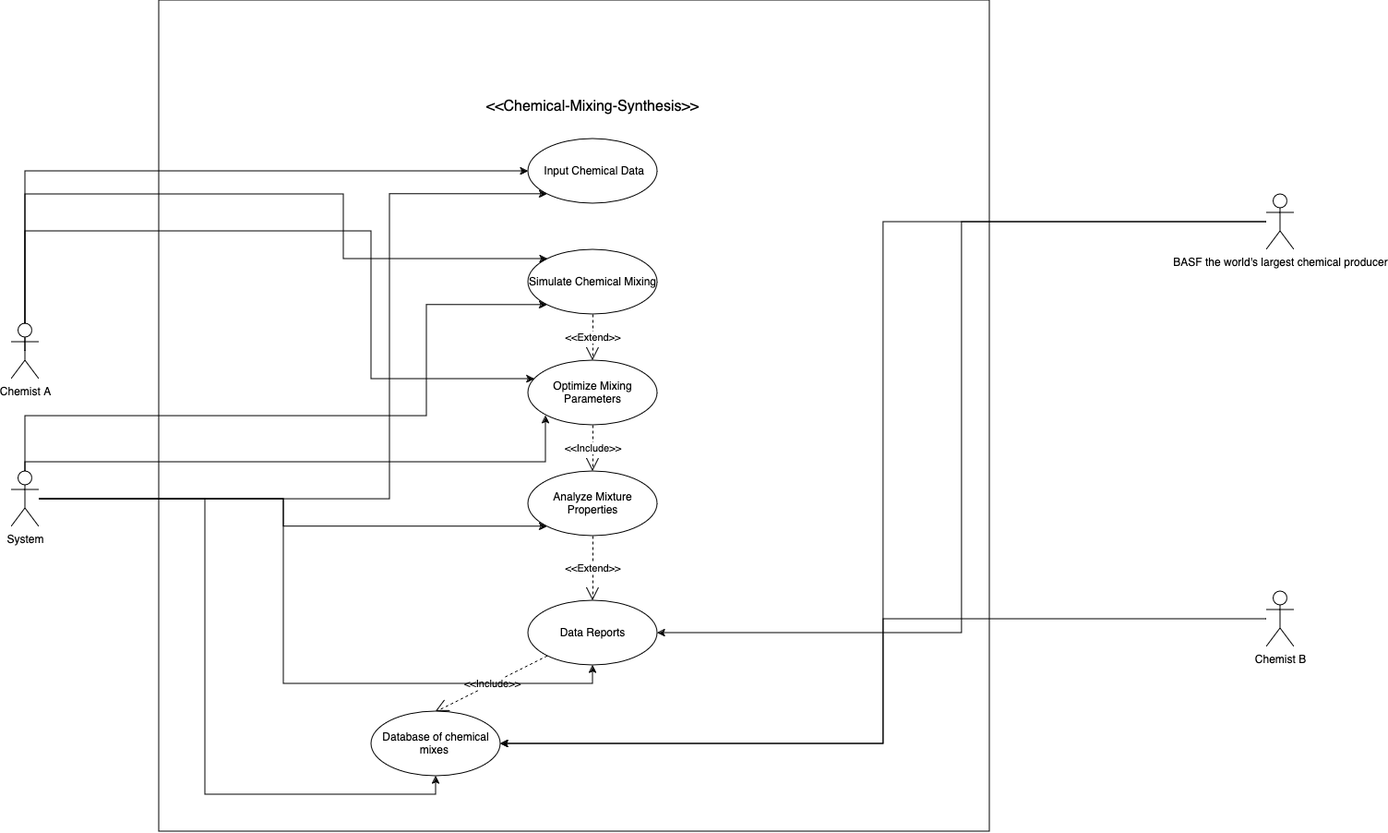
Before: use-case.png, a diagram exported from draw.io (a-l-a-z-a-r/Chemical-Mixing-Data-Synthesis). Source tidied: cells renumbered, new cells last; positions are measured from the earlier drawing's top-left corner, leaving out a move shared by most shapes.
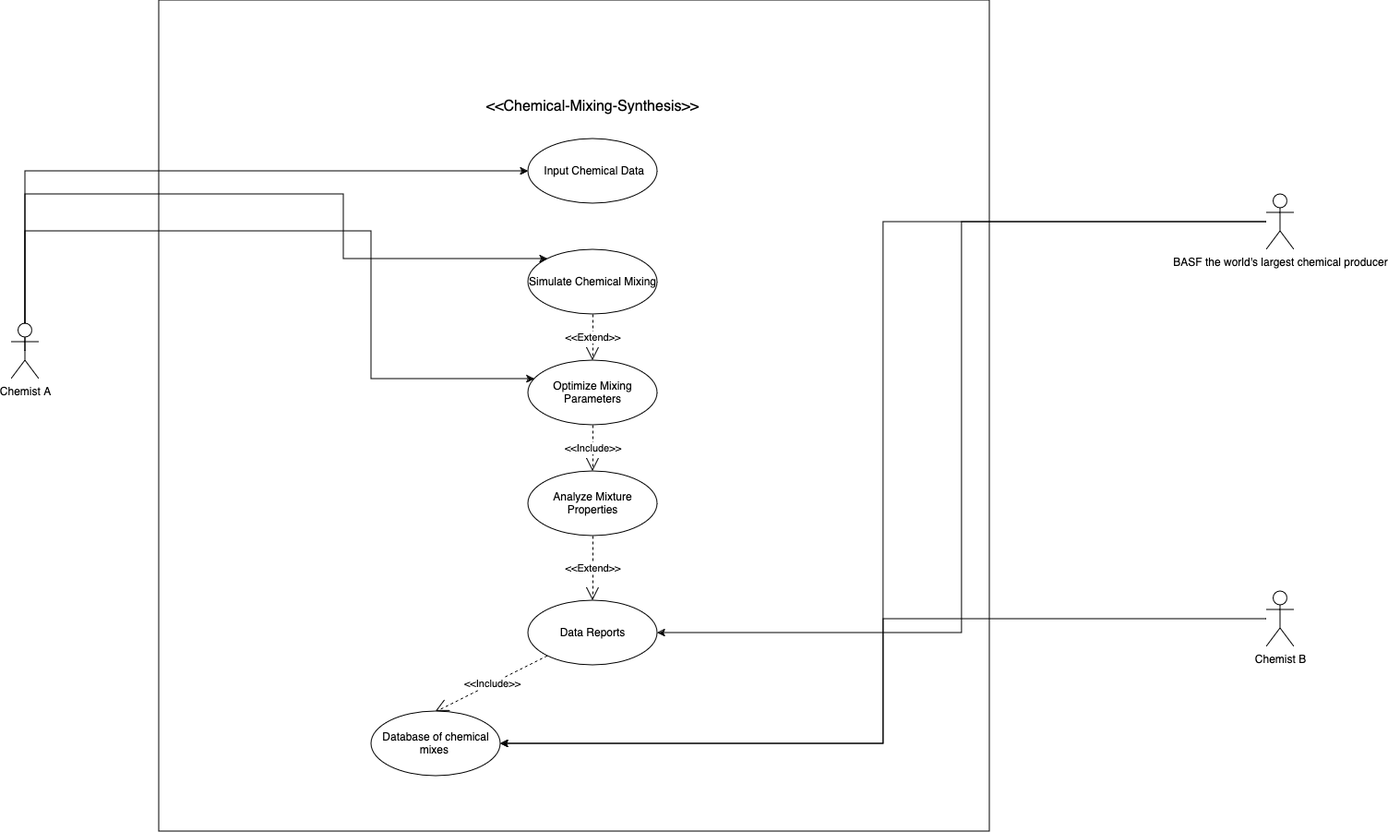
Above is the later version.

Change to the diagram source:
```diff
@@ -81,42 +81,5 @@
     <mxCell id="22" value="&amp;lt;&amp;lt;Include&amp;gt;&amp;gt; " style="endArrow=open;endSize=12;dashed=1;html=1;rounded=0;entryX=0.5;entryY=0;entryDx=0;entryDy=0;" parent="1" edge="1" source="14" target="19">
       <mxGeometry relative="1" as="geometry" />
     </mxCell>
-    <mxCell id="23" style="edgeStyle=orthogonalEdgeStyle;rounded=0;jettySize=auto;html=1;entryX=0;entryY=1;entryDx=0;entryDy=0;" parent="1" edge="1" source="29" target="10">
-      <mxGeometry relative="1" as="geometry">
-        <Array as="points">
-          <mxPoint x="410" y="540" />
-          <mxPoint x="410" y="209" />
-        </Array>
-      </mxGeometry>
-    </mxCell>
-    <mxCell id="24" style="edgeStyle=orthogonalEdgeStyle;rounded=0;jettySize=auto;html=1;entryX=0;entryY=1;entryDx=0;entryDy=0;" parent="1" edge="1" source="29" target="11">
-      <mxGeometry relative="1" as="geometry">
-        <Array as="points">
-          <mxPoint x="15" y="450" />
-          <mxPoint x="450" y="450" />
-          <mxPoint x="450" y="329" />
-        </Array>
-      </mxGeometry>
-    </mxCell>
-    <mxCell id="25" style="edgeStyle=orthogonalEdgeStyle;rounded=0;jettySize=auto;html=1;entryX=0;entryY=1;entryDx=0;entryDy=0;" parent="1" edge="1" source="29" target="12">
-      <mxGeometry relative="1" as="geometry">
-        <Array as="points">
-          <mxPoint x="15" y="500" />
-          <mxPoint x="579" y="500" />
-        </Array>
-      </mxGeometry>
-    </mxCell>
-    <mxCell id="26" style="edgeStyle=orthogonalEdgeStyle;rounded=0;jettySize=auto;html=1;entryX=0;entryY=1;entryDx=0;entryDy=0;" parent="1" edge="1" source="29" target="13">
-      <mxGeometry relative="1" as="geometry" />
-    </mxCell>
-    <mxCell id="27" style="edgeStyle=orthogonalEdgeStyle;rounded=0;jettySize=auto;html=1;entryX=0.5;entryY=1;entryDx=0;entryDy=0;" parent="1" edge="1" source="29" target="14">
-      <mxGeometry relative="1" as="geometry" />
-    </mxCell>
-    <mxCell id="28" style="edgeStyle=orthogonalEdgeStyle;rounded=0;jettySize=auto;html=1;entryX=0.5;entryY=1;entryDx=0;entryDy=0;" parent="1" edge="1" source="29" target="19">
-      <mxGeometry relative="1" as="geometry" />
-    </mxCell>
-    <mxCell id="29" value="System" style="shape=umlActor;verticalLabelPosition=bottom;verticalAlign=top;html=1;outlineConnect=0;" parent="1" vertex="1">
-      <mxGeometry y="510" width="30" height="60" as="geometry" />
-    </mxCell>
   </root>
 </mxGraphModel>
```
